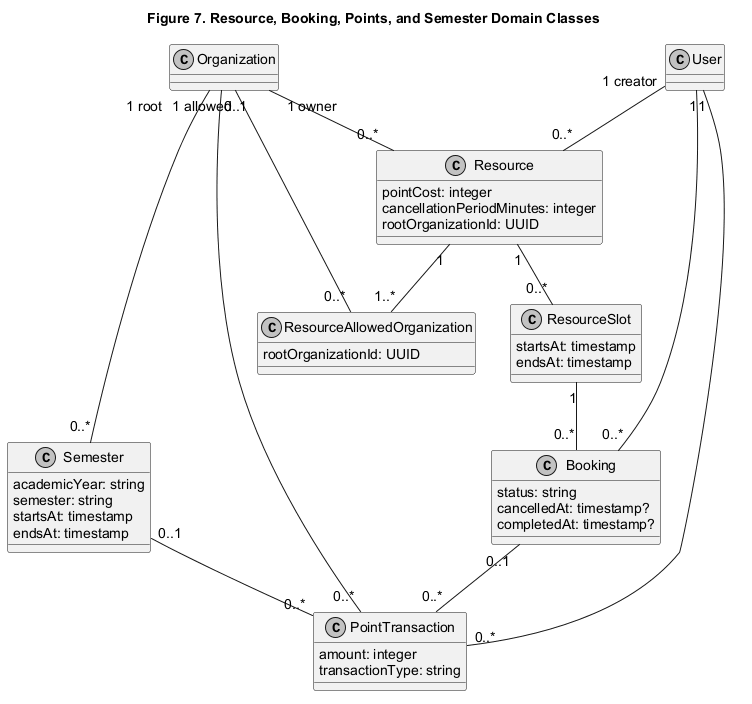
Above: design-diagrams-2-plantuml/C/png/15-domain-class-booking.png in resourcehive-team/resourcehive (PlantUML), before the change.
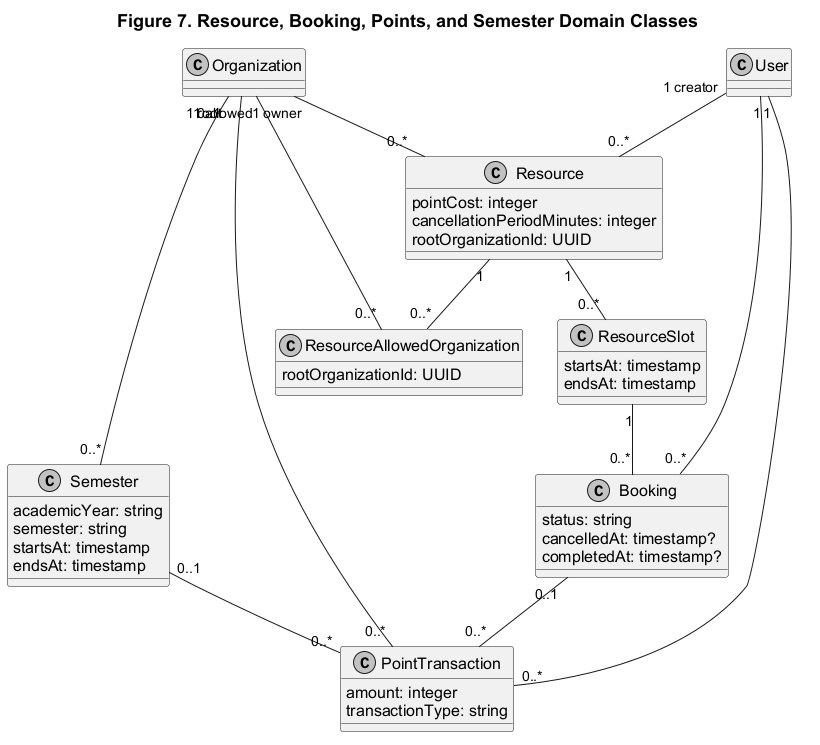
After the commit.

Change to the diagram source:
```diff
@@ -4,7 +4,9 @@
 skinparam monochrome true
 skinparam backgroundColor white
 skinparam defaultFontName Arial
-skinparam defaultFontSize 14
+skinparam defaultFontSize 16
+skinparam ArrowFontSize 14
+skinparam TitleFontSize 18
 skinparam shadowing false
 
 class Organization
@@ -45,7 +47,7 @@
 
 Organization "1 owner" -- "0..*" Resource
 User "1 creator" -- "0..*" Resource
-Resource "1" -- "1..*" ResourceAllowedOrganization
+Resource "1" -- "0..*" ResourceAllowedOrganization
 Organization "1 allowed" -- "0..*" ResourceAllowedOrganization
 Resource "1" -- "0..*" ResourceSlot
 ResourceSlot "1" -- "0..*" Booking
```
